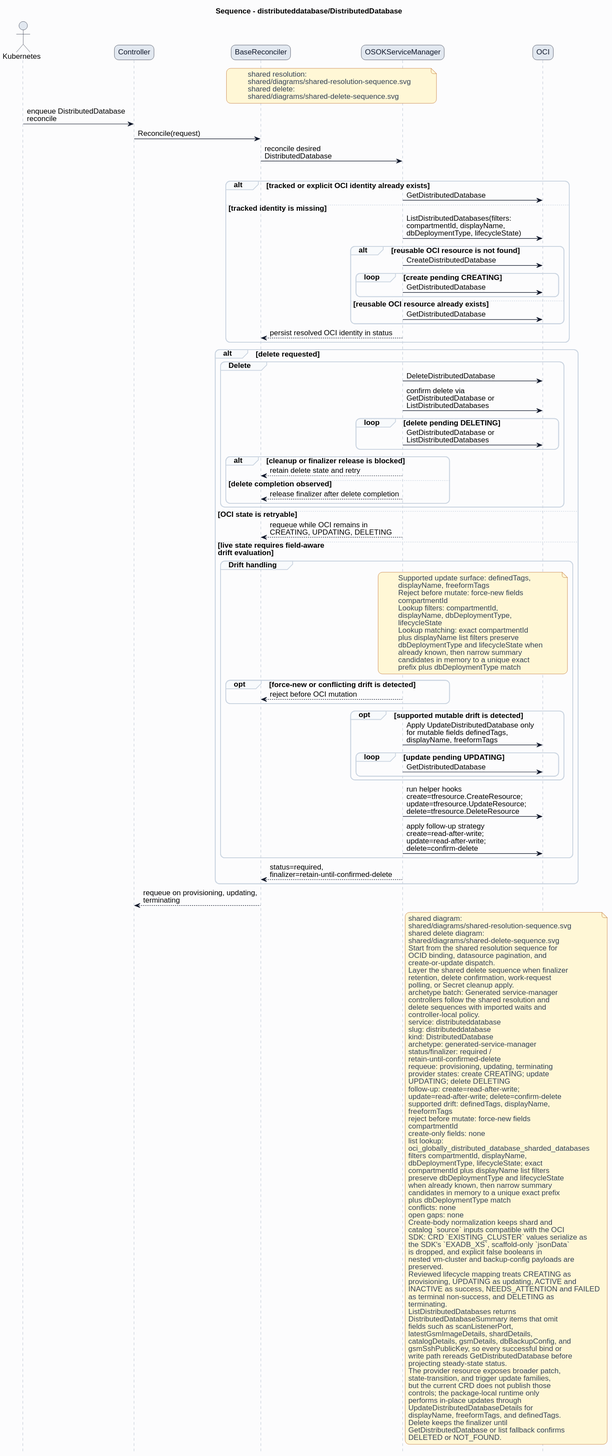
HaoyL666/oci-service-operator keeps this PlantUML diagram as formal/controllers/distributeddatabase/distributeddatabase/diagrams/sequence.svg. Above is the earlier version. Its diagram source:
```plantuml
@startuml
skinparam shadowing false
skinparam backgroundColor #fcfcfd
skinparam defaultFontName Helvetica
skinparam defaultFontSize 14
skinparam arrowColor #0f172a
skinparam noteBackgroundColor #fff7d6
skinparam noteBorderColor #b45309
skinparam noteFontColor #334155
skinparam roundcorner 16
title Sequence - distributeddatabase/DistributedDatabase
hide footbox
skinparam sequence {
  actorBorderColor #0f172a
  actorBackgroundColor #e2e8f0
  participantBorderColor #0f172a
  participantBackgroundColor #e2e8f0
  participantFontColor #0f172a
  lifeLineBorderColor #94a3b8
  groupBorderColor #cbd5e1
  groupBackgroundColor #f8fafc
}
actor Kubernetes
participant Controller
participant BaseReconciler
participant "OSOKServiceManager" as ServiceManager
participant OCI
note over BaseReconciler,ServiceManager
shared resolution:
shared/diagrams/shared-resolution-sequence.svg
shared delete:
shared/diagrams/shared-delete-sequence.svg
end note
Kubernetes -> Controller: enqueue DistributedDatabase\nreconcile
Controller -> BaseReconciler: Reconcile(request)
BaseReconciler -> ServiceManager: reconcile desired\nDistributedDatabase
group Lookup and bind
alt tracked or explicit OCI identity already exists
ServiceManager -> OCI: GetDistributedDatabase
else tracked identity is missing
ServiceManager -> OCI: ListDistributedDatabases(filters:\ncompartmentId, displayName,\ndbDeploymentType, lifecycleState)
alt reusable OCI resource is not found
ServiceManager -> OCI: CreateDistributedDatabase
loop create pending CREATING
ServiceManager -> OCI: GetDistributedDatabase
end
else reusable OCI resource already exists
ServiceManager -> OCI: GetDistributedDatabase
end
ServiceManager --> BaseReconciler: persist resolved OCI identity in status
end
alt delete requested
group Delete
ServiceManager -> OCI: DeleteDistributedDatabase
ServiceManager -> OCI: confirm delete via\nGetDistributedDatabase or\nListDistributedDatabases
loop delete pending DELETING
ServiceManager -> OCI: GetDistributedDatabase or\nListDistributedDatabases
end
alt cleanup or finalizer release is blocked
ServiceManager --> BaseReconciler: retain delete state and retry
else delete completion observed
ServiceManager --> BaseReconciler: release finalizer after delete completion
end
end
else OCI state is retryable
ServiceManager --> BaseReconciler: requeue while OCI remains in\nCREATING, UPDATING, DELETING
else live state requires field-aware\ndrift evaluation
group Drift handling
note over ServiceManager,OCI
Supported update surface: definedTags,
displayName, freeformTags
Reject before mutate: force-new fields
compartmentId
Lookup filters: compartmentId,
displayName, dbDeploymentType,
lifecycleState
Lookup matching: exact compartmentId
plus displayName list filters preserve
dbDeploymentType and lifecycleState when
already known, then narrow summary
candidates in memory to a unique exact
prefix plus dbDeploymentType match
end note
opt force-new or conflicting drift is detected
ServiceManager --> BaseReconciler: reject before OCI mutation
end
opt supported mutable drift is detected
ServiceManager -> OCI: Apply UpdateDistributedDatabase only\nfor mutable fields definedTags,\ndisplayName, freeformTags
loop update pending UPDATING
ServiceManager -> OCI: GetDistributedDatabase
end
end
ServiceManager -> OCI: run helper hooks\ncreate=tfresource.CreateResource;\nupdate=tfresource.UpdateResource;\ndelete=tfresource.DeleteResource
ServiceManager -> OCI: apply follow-up strategy\ncreate=read-after-write;\nupdate=read-after-write;\ndelete=confirm-delete
end
ServiceManager --> BaseReconciler: status=required,\nfinalizer=retain-until-confirmed-delete
end
BaseReconciler --> Controller: requeue on provisioning, updating,\nterminating
note right of ServiceManager
shared diagram:
shared/diagrams/shared-resolution-sequence.svg
shared delete diagram:
shared/diagrams/shared-delete-sequence.svg
Start from the shared resolution sequence for
OCID binding, datasource pagination, and
create-or-update dispatch.
Layer the shared delete sequence when finalizer
retention, delete confirmation, work-request
polling, or Secret cleanup apply.
archetype batch: Generated service-manager
controllers follow the shared resolution and
delete sequences with imported waits and
controller-local policy.
service: distributeddatabase
slug: distributeddatabase
kind: DistributedDatabase
archetype: generated-service-manager
status/finalizer: required /
retain-until-confirmed-delete
requeue: provisioning, updating, terminating
provider states: create CREATING; update
UPDATING; delete DELETING
follow-up: create=read-after-write;
update=read-after-write; delete=confirm-delete
supported drift: definedTags, displayName,
freeformTags
reject before mutate: force-new fields
compartmentId
create-only fields: none
list lookup:
oci_globally_distributed_database_sharded_databases
filters compartmentId, displayName,
dbDeploymentType, lifecycleState; exact
compartmentId plus displayName list filters
preserve dbDeploymentType and lifecycleState
when already known, then narrow summary
candidates in memory to a unique exact prefix
plus dbDeploymentType match
conflicts: none
open gaps: none
Create-body normalization keeps shard and
catalog `source` inputs compatible with the OCI
SDK: CRD `EXISTING_CLUSTER` values serialize as
the SDK's `EXADB_XS`, scaffold-only `jsonData`
is dropped, and explicit false booleans in
nested vm-cluster and backup-config payloads are
preserved.
Reviewed lifecycle mapping treats CREATING as
provisioning, UPDATING as updating, ACTIVE and
INACTIVE as success, NEEDS_ATTENTION and FAILED
as terminal non-success, and DELETING as
terminating.
ListDistributedDatabases returns
DistributedDatabaseSummary items that omit
fields such as scanListenerPort,
latestGsmImageDetails, shardDetails,
catalogDetails, gsmDetails, dbBackupConfig, and
gsmSshPublicKey, so every successful bind or
write path rereads GetDistributedDatabase before
projecting steady-state status.
The provider resource exposes broader patch,
state-transition, and trigger update families,
but the current CRD does not publish those
controls; the package-local runtime only
performs in-place updates through
UpdateDistributedDatabaseDetails for
displayName, freeformTags, and definedTags.
Delete keeps the finalizer until
GetDistributedDatabase or list fallback confirms
DELETED or NOT_FOUND.
end note
@enduml
```
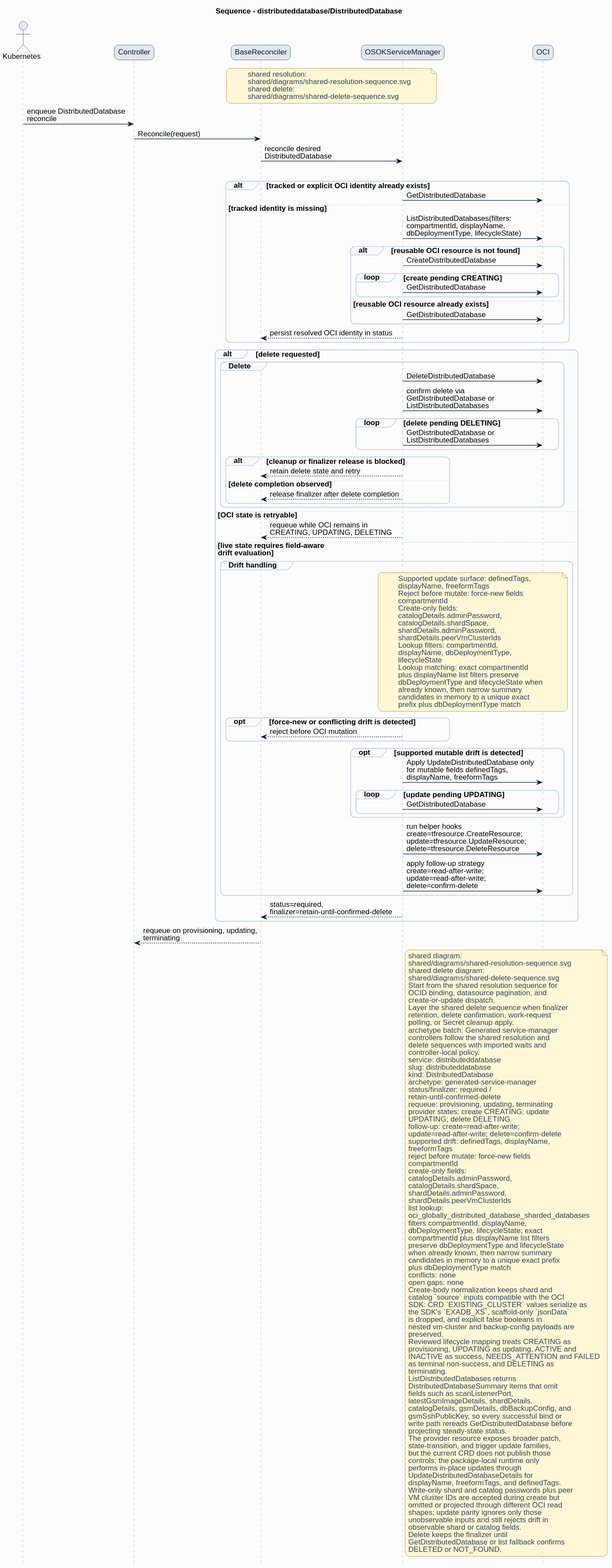
Later version of the same file.

Commit message:
fix(distributeddatabase): compare observable create state

Change to the diagram source:
```diff
@@ -71,6 +71,11 @@
 displayName, freeformTags
 Reject before mutate: force-new fields
 compartmentId
+Create-only fields:
+catalogDetails.adminPassword,
+catalogDetails.shardSpace,
+shardDetails.adminPassword,
+shardDetails.peerVmClusterIds
 Lookup filters: compartmentId,
 displayName, dbDeploymentType,
 lifecycleState
@@ -126,7 +131,11 @@
 freeformTags
 reject before mutate: force-new fields
 compartmentId
-create-only fields: none
+create-only fields:
+catalogDetails.adminPassword,
+catalogDetails.shardSpace,
+shardDetails.adminPassword,
+shardDetails.peerVmClusterIds
 list lookup:
 oci_globally_distributed_database_sharded_databases
 filters compartmentId, displayName,
@@ -165,6 +174,12 @@
 performs in-place updates through
 UpdateDistributedDatabaseDetails for
 displayName, freeformTags, and definedTags.
+Write-only shard and catalog passwords plus peer
+VM cluster IDs are accepted during create but
+omitted or projected through different OCI read
+shapes; update parity ignores only those
+unobservable inputs and still rejects drift in
+observable shard or catalog fields.
 Delete keeps the finalizer until
 GetDistributedDatabase or list fallback confirms
 DELETED or NOT_FOUND.
```
